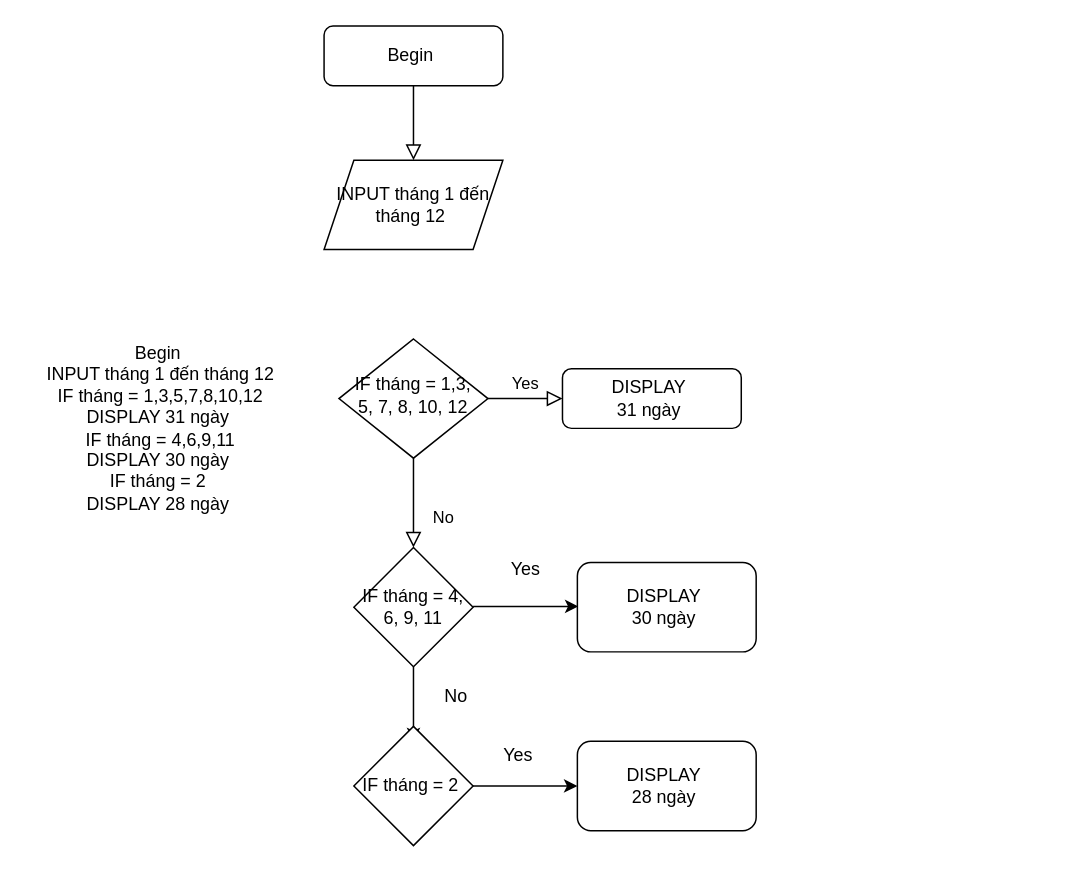
Before: ss3_pseudocode/ss3_bài 2.drawio in nnguyen710/C03, a draw.io diagram. Source tidied: cells renumbered, new cells numbered last; positions are measured from the earlier drawing's top-left corner, leaving out a move shared by most shapes. Both pictures are drawn from the tidied source at 149%, with x=0, y=0 at pixel (25, 25).
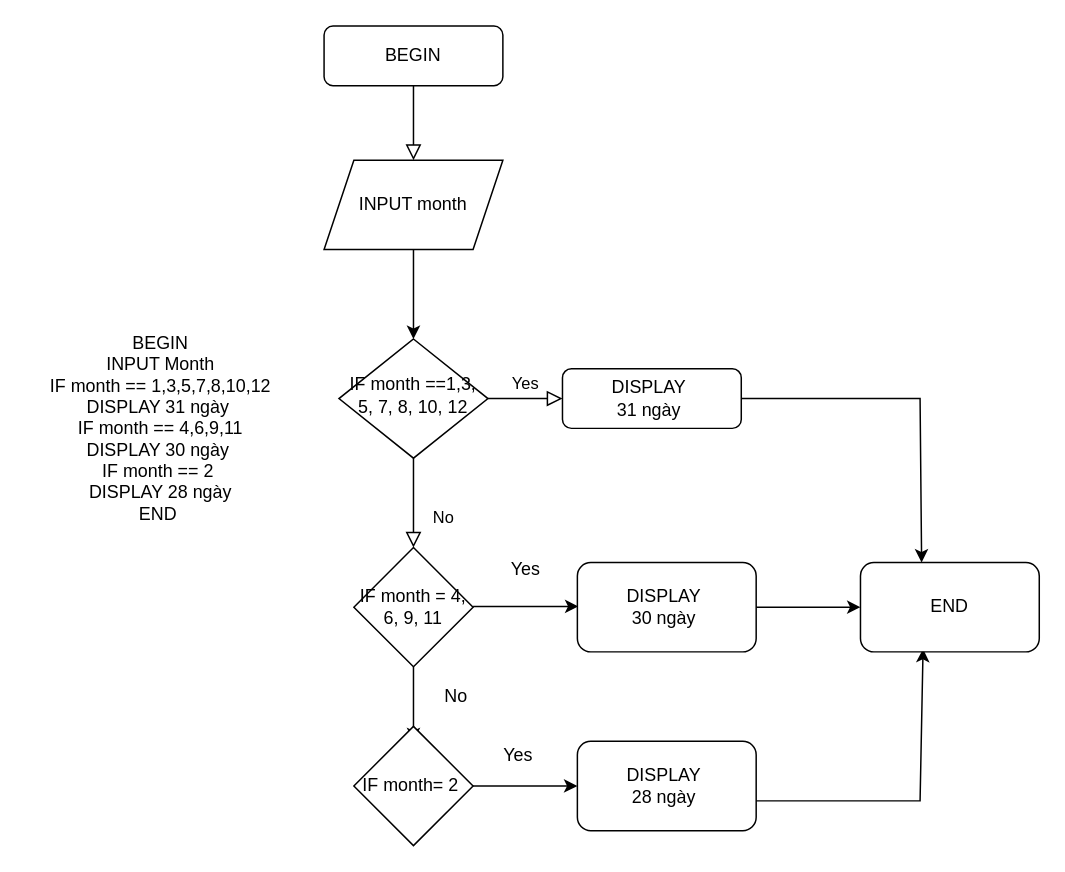
The same page after the edit.

The change refers to these unchanged cells:
```xml
<mxCell id="7" value="DISPLAY&amp;nbsp;&lt;br&gt;31 ngày&amp;nbsp;" style="rounded=1;whiteSpace=wrap;html=1;fontSize=12;glass=0;strokeWidth=1;shadow=0;" parent="1" vertex="1">
  <mxGeometry x="360" y="230" width="120" height="40" as="geometry" />
</mxCell>
<mxCell id="10" value="DISPLAY&amp;nbsp;&lt;br&gt;30 ngày&amp;nbsp;" style="rounded=1;whiteSpace=wrap;html=1;" parent="1" vertex="1">
  <mxGeometry x="370" y="360" width="120" height="60" as="geometry" />
</mxCell>
```

Change to the diagram source:
```diff
@@
-    <mxCell id="3" value="Begin&amp;nbsp;" style="rounded=1;whiteSpace=wrap;html=1;fontSize=12;glass=0;strokeWidth=1;shadow=0;" parent="1" vertex="1">
+    <mxCell id="3" value="BEGIN" style="rounded=1;whiteSpace=wrap;html=1;fontSize=12;glass=0;strokeWidth=1;shadow=0;" parent="1" vertex="1">
       <mxGeometry x="200" width="120" height="40" as="geometry" />
     </mxCell>
@@
-    <mxCell id="6" value="IF tháng = 1,3, 5, 7, 8, 10, 12" style="rhombus;whiteSpace=wrap;html=1;shadow=0;fontFamily=Helvetica;fontSize=12;align=center;strokeWidth=1;spacing=6;spacingTop=-4;" parent="1" vertex="1">
+    <mxCell id="6" value="IF month ==1,3, 5, 7, 8, 10, 12" style="rhombus;whiteSpace=wrap;html=1;shadow=0;fontFamily=Helvetica;fontSize=12;align=center;strokeWidth=1;spacing=6;spacingTop=-4;" parent="1" vertex="1">
       <mxGeometry x="210" y="210" width="100" height="80" as="geometry" />
     </mxCell>
@@
-    <mxCell id="8" value="INPUT tháng 1 đến tháng 12&amp;nbsp;" style="shape=parallelogram;perimeter=parallelogramPerimeter;whiteSpace=wrap;html=1;fixedSize=1;" parent="1" vertex="1">
+    <mxCell id="8" value="INPUT month" style="shape=parallelogram;perimeter=parallelogramPerimeter;whiteSpace=wrap;html=1;fixedSize=1;" parent="1" vertex="1">
       <mxGeometry x="200" y="90" width="120" height="60" as="geometry" />
     </mxCell>
@@
-    <mxCell id="11" value="IF tháng = 4, 6, 9, 11" style="rhombus;whiteSpace=wrap;html=1;" parent="1" vertex="1">
+    <mxCell id="11" value="IF month = 4, 6, 9, 11" style="rhombus;whiteSpace=wrap;html=1;" parent="1" vertex="1">
       <mxGeometry x="220" y="350" width="80" height="80" as="geometry" />
     </mxCell>
@@
-    <mxCell id="13" value="IF tháng = 2&amp;nbsp;" style="rhombus;whiteSpace=wrap;html=1;" parent="1" vertex="1">
+    <mxCell id="13" value="IF month= 2&amp;nbsp;" style="rhombus;whiteSpace=wrap;html=1;" parent="1" vertex="1">
       <mxGeometry x="220" y="470" width="80" height="80" as="geometry" />
     </mxCell>
@@
-    <mxCell id="16" value="Begin&amp;nbsp;&lt;br&gt;INPUT tháng 1 đến tháng 12&lt;br&gt;IF tháng = 1,3,5,7,8,10,12&lt;br&gt;DISPLAY 31 ngày&amp;nbsp;&lt;br&gt;IF tháng = 4,6,9,11&lt;br&gt;DISPLAY 30 ngày&amp;nbsp;&lt;br&gt;IF tháng = 2&amp;nbsp;&lt;br&gt;DISPLAY 28 ngày&amp;nbsp;" style="text;html=1;align=center;verticalAlign=middle;strokeColor=none;fillColor=none;" parent="1" vertex="1">
-      <mxGeometry y="205" width="180" height="130" as="geometry" />
+    <mxCell id="16" value="BEGIN&lt;br&gt;INPUT Month&lt;br&gt;IF month == 1,3,5,7,8,10,12&lt;br&gt;DISPLAY 31 ngày&amp;nbsp;&lt;br&gt;IF month == 4,6,9,11&lt;br&gt;DISPLAY 30 ngày&amp;nbsp;&lt;br&gt;IF month == 2&amp;nbsp;&lt;br&gt;DISPLAY 28 ngày&lt;br&gt;END&amp;nbsp;" style="text;html=1;align=center;verticalAlign=middle;strokeColor=none;fillColor=none;" parent="1" vertex="1">
+      <mxGeometry x="5" y="200" width="170" height="140" as="geometry" />
     </mxCell>
@@
+    <mxCell id="20" style="endArrow=classic;html=1;rounded=0;exitX=0.5;exitY=1;exitDx=0;exitDy=0;entryX=0.5;entryY=0;entryDx=0;entryDy=0;" parent="1" edge="1" source="8" target="6">
+      <mxGeometry relative="1" as="geometry" />
+    </mxCell>
+    <mxCell id="21" style="endArrow=classic;html=1;rounded=0;exitX=1;exitY=0.5;exitDx=0;exitDy=0;entryX=0.342;entryY=0;entryDx=0;entryDy=0;entryPerimeter=0;" parent="1" edge="1" source="7" target="24">
+      <mxGeometry relative="1" as="geometry">
+        <Array as="points">
+          <mxPoint x="600" y="250" />
+        </Array>
+      </mxGeometry>
+    </mxCell>
+    <mxCell id="22" style="endArrow=classic;html=1;rounded=0;exitX=1;exitY=0.5;exitDx=0;exitDy=0;" parent="1" edge="1" source="10">
+      <mxGeometry relative="1" as="geometry">
+        <mxPoint x="560" y="390" as="targetPoint" />
+      </mxGeometry>
+    </mxCell>
+    <mxCell id="23" style="endArrow=classic;html=1;rounded=0;entryX=0.35;entryY=0.967;entryDx=0;entryDy=0;entryPerimeter=0;" parent="1" edge="1" target="24">
+      <mxGeometry relative="1" as="geometry">
+        <mxPoint x="490" y="520" as="sourcePoint" />
+        <Array as="points">
+          <mxPoint x="600" y="520" />
+        </Array>
+      </mxGeometry>
+    </mxCell>
+    <mxCell id="24" value="END" style="rounded=1;whiteSpace=wrap;html=1;" parent="1" vertex="1">
+      <mxGeometry x="560" y="360" width="120" height="60" as="geometry" />
+    </mxCell>
```
